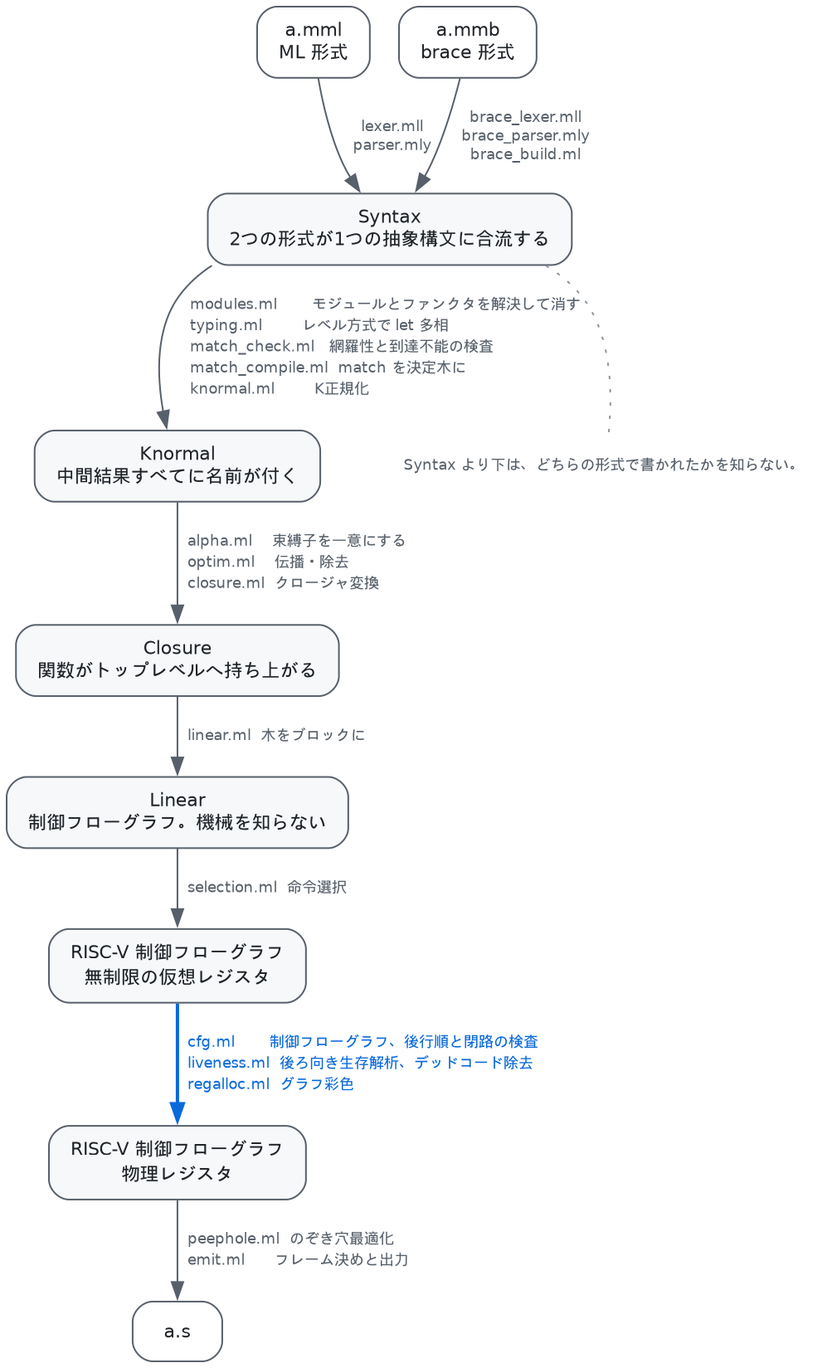
Above: MartenML/doc/figures/pipeline.png in aita/CompLab (Graphviz), before the change. Its source is kept beside it as MartenML/doc/figures/pipeline.dot. The source it was exported from:
```dot
digraph pipeline {
  rankdir = TB;
  bgcolor = "transparent";
  node [shape = box, style = "rounded,filled", fillcolor = "#f6f8fa",
        color = "#57606a", fontcolor = "#1f2328",
        fontname = "Helvetica", fontsize = 11, margin = "0.18,0.10"];
  edge [color = "#57606a", fontcolor = "#57606a",
        fontname = "Helvetica", fontsize = 9];

  { rank = same; ml; brace; }
  ml    [label = "a.mml\nML 形式", fillcolor = "#ffffff"];
  brace [label = "a.mmb\nbrace 形式", fillcolor = "#ffffff"];

  syntax  [label = "Syntax\n2つの形式が1つの抽象構文に合流する"];
  knf     [label = "Knormal\n中間結果すべてに名前が付く"];
  closure [label = "Closure\n関数がトップレベルへ持ち上がる"];
  graph_ir [label = "Linear\n制御フローグラフ。機械を知らない"];
  virtual [label = "RISC-V 制御フローグラフ\n無制限の仮想レジスタ"];
  machine [label = "RISC-V 制御フローグラフ\n物理レジスタ"];
  asm     [label = "a.s", fillcolor = "#ffffff"];

  ml    -> syntax [label = "  lexer.mll\n  parser.mly"];
  brace -> syntax [label = "  brace_lexer.mll\n  brace_parser.mly\n  brace_build.ml"];

  syntax -> knf [label = "  modules.ml       モジュールとファンクタを解決して消す\l  \
typing.ml        レベル方式で let 多相\l  \
match_check.ml   網羅性と到達不能の検査\l  \
match_compile.ml  match を決定木に\l  \
knormal.ml        K正規化\l"];

  knf -> closure [label = "  alpha.ml    束縛子を一意にする\l  \
optim.ml    伝播・除去\l  \
closure.ml  クロージャ変換\l"];

  closure -> graph_ir [label = "  linear.ml  木をブロックに"];

  graph_ir -> virtual [label = "  selection.ml  命令選択"];

  virtual -> machine [label = "  cfg.ml       制御フローグラフ、後行順と閉路の検査\l  \
liveness.ml  後ろ向き生存解析、デッドコード除去\l  \
regalloc.ml  グラフ彩色\l", color = "#0969da", fontcolor = "#0969da",
                      penwidth = 2];

  machine -> asm [label = "  peephole.ml  のぞき穴最適化\l  emit.ml      フレーム決めと出力\l"];

  note [shape = plaintext, style = "", fillcolor = "transparent",
        fontcolor = "#57606a", fontsize = 9,
        label = "Syntax より下は、どちらの形式で書かれたかを知らない。\l"];
  syntax -> note [style = dotted, arrowhead = none, color = "#8c959f"];
}
```
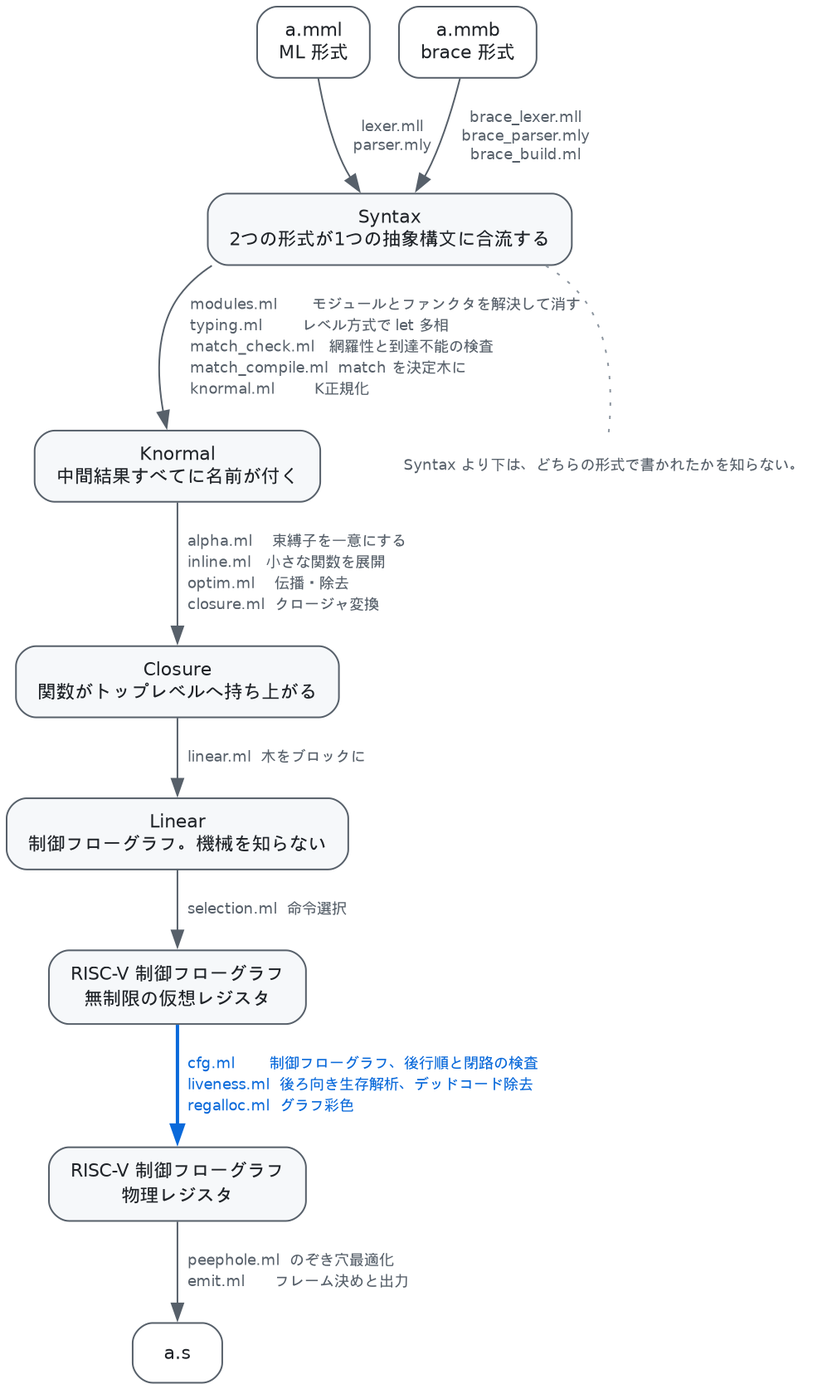
After the change.

Commit message:
Inline small non-recursive functions

Diff of the diagram source:
```diff
@@ -29,6 +29,7 @@
 knormal.ml        K正規化\l"];
 
   knf -> closure [label = "  alpha.ml    束縛子を一意にする\l  \
+inline.ml   小さな関数を展開\l  \
 optim.ml    伝播・除去\l  \
 closure.ml  クロージャ変換\l"];
 
```
